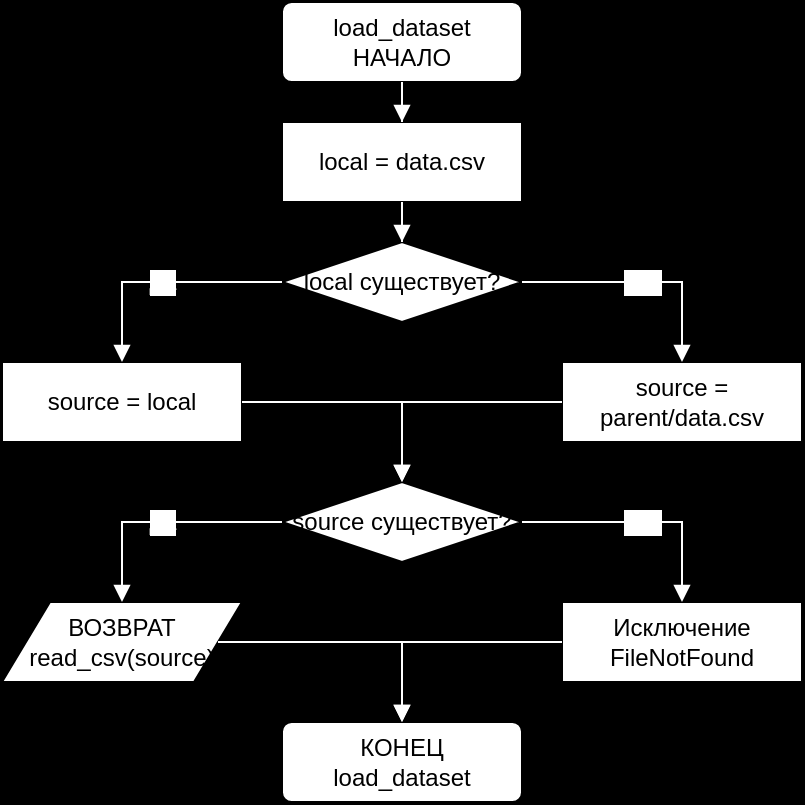
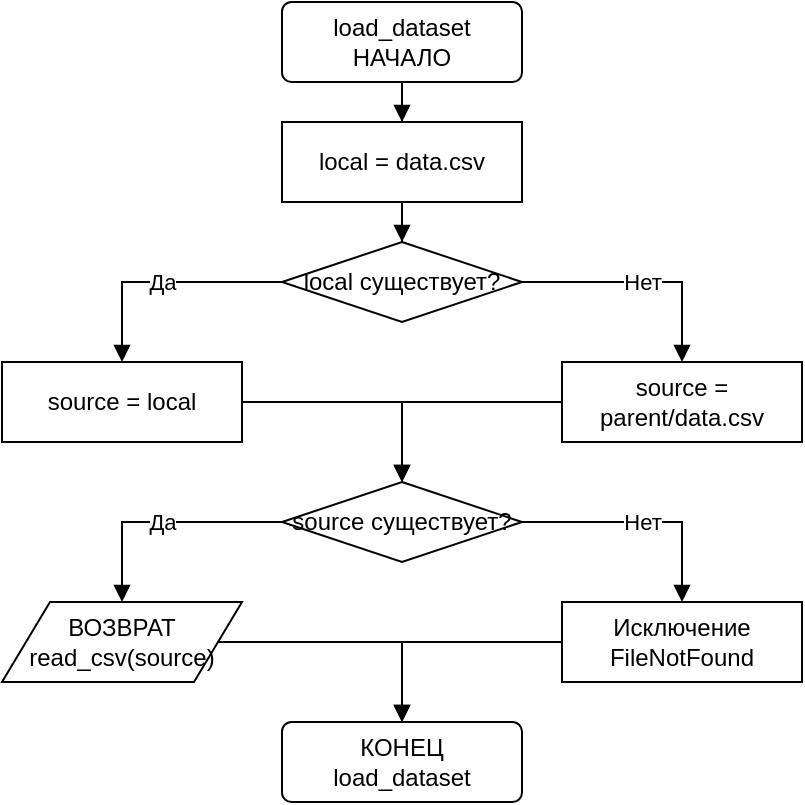
<mxfile host="Electron" version="29.6.1">
  <diagram name="Страница-1" id="d1">
-     <mxGraphModel dx="1400" dy="800" grid="1" gridSize="10" guides="1" tooltips="1" connect="1" arrows="1" fold="1" page="0" pageScale="1" pageWidth="827" pageHeight="1169" math="0" shadow="0" background="#000000">
+     <mxGraphModel dx="1400" dy="800" grid="1" gridSize="10" guides="1" tooltips="1" connect="1" arrows="1" fold="1" page="0" pageScale="1" pageWidth="827" pageHeight="1169" math="0" shadow="0" background="#ffffff">
      <root>
        <mxCell id="0" />
        <mxCell id="1" parent="0" />
        <mxCell id="a" value="&lt;div&gt;load_dataset&lt;/div&gt;&lt;div&gt;НАЧАЛО&lt;/div&gt;" style="rounded=1;arcSize=12;whiteSpace=wrap;html=1;fillColor=#ffffff;strokeColor=#000000;fontColor=#000000;" vertex="1" parent="1"><mxGeometry x="160" y="0" width="120" height="40" as="geometry" /></mxCell>
        <mxCell id="p1" value="local = data.csv" style="rounded=0;whiteSpace=wrap;html=1;fillColor=#ffffff;strokeColor=#000000;fontColor=#000000;" vertex="1" parent="1"><mxGeometry x="160" y="60" width="120" height="40" as="geometry" /></mxCell>
        <mxCell id="c1" value="local существует?" style="rhombus;whiteSpace=wrap;html=1;fillColor=#ffffff;strokeColor=#000000;fontColor=#000000;" vertex="1" parent="1"><mxGeometry x="160" y="120" width="120" height="40" as="geometry" /></mxCell>
        <mxCell id="b1" value="source = local" style="rounded=0;whiteSpace=wrap;html=1;fillColor=#ffffff;strokeColor=#000000;fontColor=#000000;" vertex="1" parent="1"><mxGeometry x="20" y="180" width="120" height="40" as="geometry" /></mxCell>
        <mxCell id="b2" value="source = parent/data.csv" style="rounded=0;whiteSpace=wrap;html=1;fillColor=#ffffff;strokeColor=#000000;fontColor=#000000;" vertex="1" parent="1"><mxGeometry x="300" y="180" width="120" height="40" as="geometry" /></mxCell>
        <mxCell id="c2" value="source существует?" style="rhombus;whiteSpace=wrap;html=1;fillColor=#ffffff;strokeColor=#000000;fontColor=#000000;" vertex="1" parent="1"><mxGeometry x="160" y="240" width="120" height="40" as="geometry" /></mxCell>
        <mxCell id="err" value="Исключение FileNotFound" style="rounded=0;whiteSpace=wrap;html=1;fillColor=#ffffff;strokeColor=#000000;fontColor=#000000;" vertex="1" parent="1"><mxGeometry x="300" y="300" width="120" height="40" as="geometry" /></mxCell>
        <mxCell id="ret" value="ВОЗВРАТ read_csv(source)" style="shape=parallelogram;perimeter=parallelogramPerimeter;whiteSpace=wrap;html=1;fillColor=#ffffff;strokeColor=#000000;fontColor=#000000;" vertex="1" parent="1"><mxGeometry x="20" y="300" width="120" height="40" as="geometry" /></mxCell>
        <mxCell id="e" value="&lt;div&gt;КОНЕЦ&lt;/div&gt;&lt;div&gt;load_dataset&lt;/div&gt;" style="rounded=1;arcSize=12;whiteSpace=wrap;html=1;fillColor=#ffffff;strokeColor=#000000;fontColor=#000000;" vertex="1" parent="1"><mxGeometry x="160" y="360" width="120" height="40" as="geometry" /></mxCell>
-         <mxCell id="e0" value="" style="edgeStyle=orthogonalEdgeStyle;rounded=0;orthogonalLoop=1;jettySize=auto;html=1;endArrow=block;endFill=1;strokeColor=#ffffff;fontColor=#ffffff;" edge="1" parent="1" source="a" target="p1"><mxGeometry relative="1" as="geometry" /></mxCell>
-         <mxCell id="e1" value="" style="edgeStyle=orthogonalEdgeStyle;rounded=0;orthogonalLoop=1;jettySize=auto;html=1;endArrow=block;endFill=1;strokeColor=#ffffff;fontColor=#ffffff;" edge="1" parent="1" source="p1" target="c1"><mxGeometry relative="1" as="geometry" /></mxCell>
-         <mxCell id="e2" value="Да" style="edgeStyle=orthogonalEdgeStyle;rounded=0;orthogonalLoop=1;jettySize=auto;html=1;endArrow=block;endFill=1;strokeColor=#ffffff;fontColor=#ffffff;" edge="1" parent="1" source="c1" target="b1"><mxGeometry relative="1" as="geometry" /></mxCell>
-         <mxCell id="e3" value="Нет" style="edgeStyle=orthogonalEdgeStyle;rounded=0;orthogonalLoop=1;jettySize=auto;html=1;endArrow=block;endFill=1;strokeColor=#ffffff;fontColor=#ffffff;" edge="1" parent="1" source="c1" target="b2"><mxGeometry relative="1" as="geometry" /></mxCell>
-         <mxCell id="e4" value="" style="edgeStyle=orthogonalEdgeStyle;rounded=0;orthogonalLoop=1;jettySize=auto;html=1;endArrow=block;endFill=1;strokeColor=#ffffff;fontColor=#ffffff;" edge="1" parent="1" source="b1" target="c2"><mxGeometry relative="1" as="geometry" /></mxCell>
-         <mxCell id="e5" value="" style="edgeStyle=orthogonalEdgeStyle;rounded=0;orthogonalLoop=1;jettySize=auto;html=1;endArrow=block;endFill=1;strokeColor=#ffffff;fontColor=#ffffff;" edge="1" parent="1" source="b2" target="c2"><mxGeometry relative="1" as="geometry" /></mxCell>
-         <mxCell id="e6" value="Нет" style="edgeStyle=orthogonalEdgeStyle;rounded=0;orthogonalLoop=1;jettySize=auto;html=1;endArrow=block;endFill=1;strokeColor=#ffffff;fontColor=#ffffff;" edge="1" parent="1" source="c2" target="err"><mxGeometry relative="1" as="geometry" /></mxCell>
-         <mxCell id="e7" value="Да" style="edgeStyle=orthogonalEdgeStyle;rounded=0;orthogonalLoop=1;jettySize=auto;html=1;endArrow=block;endFill=1;strokeColor=#ffffff;fontColor=#ffffff;" edge="1" parent="1" source="c2" target="ret"><mxGeometry relative="1" as="geometry" /></mxCell>
-         <mxCell id="e8" value="" style="edgeStyle=orthogonalEdgeStyle;rounded=0;orthogonalLoop=1;jettySize=auto;html=1;endArrow=block;endFill=1;strokeColor=#ffffff;fontColor=#ffffff;" edge="1" parent="1" source="ret" target="e"><mxGeometry relative="1" as="geometry" /></mxCell>
-         <mxCell id="e9" value="" style="edgeStyle=orthogonalEdgeStyle;rounded=0;orthogonalLoop=1;jettySize=auto;html=1;endArrow=block;endFill=1;strokeColor=#ffffff;fontColor=#ffffff;" edge="1" parent="1" source="err" target="e"><mxGeometry relative="1" as="geometry" /></mxCell>
+         <mxCell id="e0" value="" style="edgeStyle=orthogonalEdgeStyle;rounded=0;orthogonalLoop=1;jettySize=auto;html=1;endArrow=block;endFill=1;strokeColor=#000000;fontColor=#000000;" edge="1" parent="1" source="a" target="p1"><mxGeometry relative="1" as="geometry" /></mxCell>
+         <mxCell id="e1" value="" style="edgeStyle=orthogonalEdgeStyle;rounded=0;orthogonalLoop=1;jettySize=auto;html=1;endArrow=block;endFill=1;strokeColor=#000000;fontColor=#000000;" edge="1" parent="1" source="p1" target="c1"><mxGeometry relative="1" as="geometry" /></mxCell>
+         <mxCell id="e2" value="Да" style="edgeStyle=orthogonalEdgeStyle;rounded=0;orthogonalLoop=1;jettySize=auto;html=1;endArrow=block;endFill=1;strokeColor=#000000;fontColor=#000000;" edge="1" parent="1" source="c1" target="b1"><mxGeometry relative="1" as="geometry" /></mxCell>
+         <mxCell id="e3" value="Нет" style="edgeStyle=orthogonalEdgeStyle;rounded=0;orthogonalLoop=1;jettySize=auto;html=1;endArrow=block;endFill=1;strokeColor=#000000;fontColor=#000000;" edge="1" parent="1" source="c1" target="b2"><mxGeometry relative="1" as="geometry" /></mxCell>
+         <mxCell id="e4" value="" style="edgeStyle=orthogonalEdgeStyle;rounded=0;orthogonalLoop=1;jettySize=auto;html=1;endArrow=block;endFill=1;strokeColor=#000000;fontColor=#000000;" edge="1" parent="1" source="b1" target="c2"><mxGeometry relative="1" as="geometry" /></mxCell>
+         <mxCell id="e5" value="" style="edgeStyle=orthogonalEdgeStyle;rounded=0;orthogonalLoop=1;jettySize=auto;html=1;endArrow=block;endFill=1;strokeColor=#000000;fontColor=#000000;" edge="1" parent="1" source="b2" target="c2"><mxGeometry relative="1" as="geometry" /></mxCell>
+         <mxCell id="e6" value="Нет" style="edgeStyle=orthogonalEdgeStyle;rounded=0;orthogonalLoop=1;jettySize=auto;html=1;endArrow=block;endFill=1;strokeColor=#000000;fontColor=#000000;" edge="1" parent="1" source="c2" target="err"><mxGeometry relative="1" as="geometry" /></mxCell>
+         <mxCell id="e7" value="Да" style="edgeStyle=orthogonalEdgeStyle;rounded=0;orthogonalLoop=1;jettySize=auto;html=1;endArrow=block;endFill=1;strokeColor=#000000;fontColor=#000000;" edge="1" parent="1" source="c2" target="ret"><mxGeometry relative="1" as="geometry" /></mxCell>
+         <mxCell id="e8" value="" style="edgeStyle=orthogonalEdgeStyle;rounded=0;orthogonalLoop=1;jettySize=auto;html=1;endArrow=block;endFill=1;strokeColor=#000000;fontColor=#000000;" edge="1" parent="1" source="ret" target="e"><mxGeometry relative="1" as="geometry" /></mxCell>
+         <mxCell id="e9" value="" style="edgeStyle=orthogonalEdgeStyle;rounded=0;orthogonalLoop=1;jettySize=auto;html=1;endArrow=block;endFill=1;strokeColor=#000000;fontColor=#000000;" edge="1" parent="1" source="err" target="e"><mxGeometry relative="1" as="geometry" /></mxCell>
      </root>
    </mxGraphModel>
  </diagram>
</mxfile>